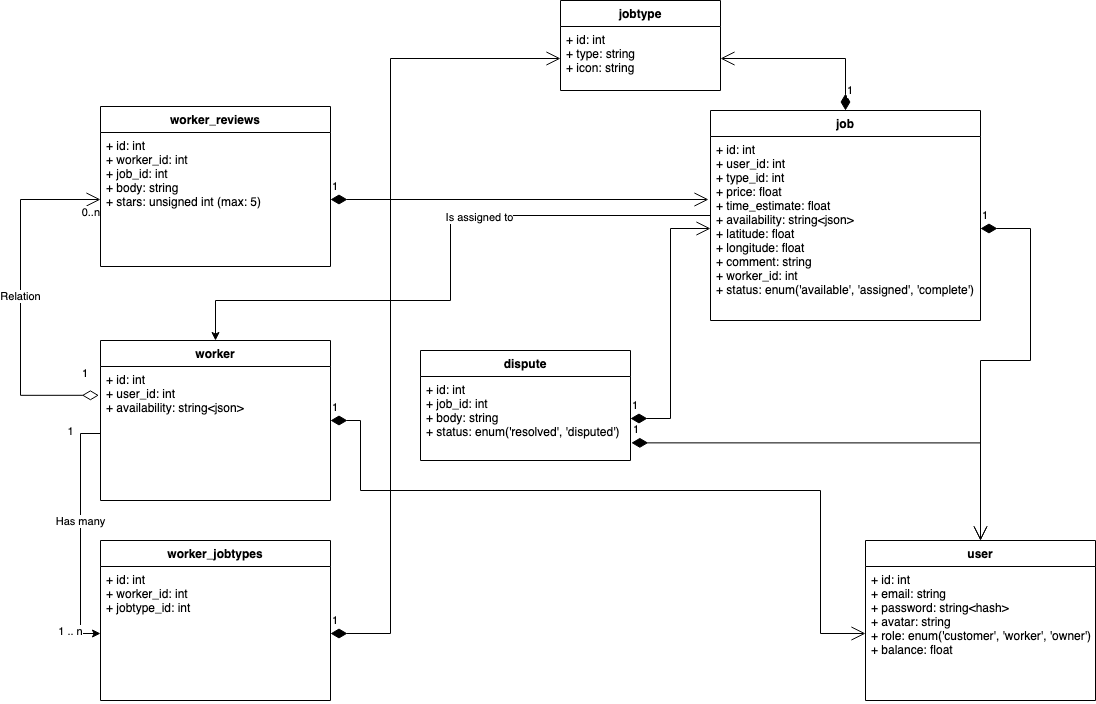
The draw.io diagram Docs/Images/database-uml-class-diagram.png in Simponic/JobFindr, before a commit. Source tidied: cells renumbered, new cells last; positions are measured from the earlier drawing's top-left corner, leaving out a move shared by most shapes.
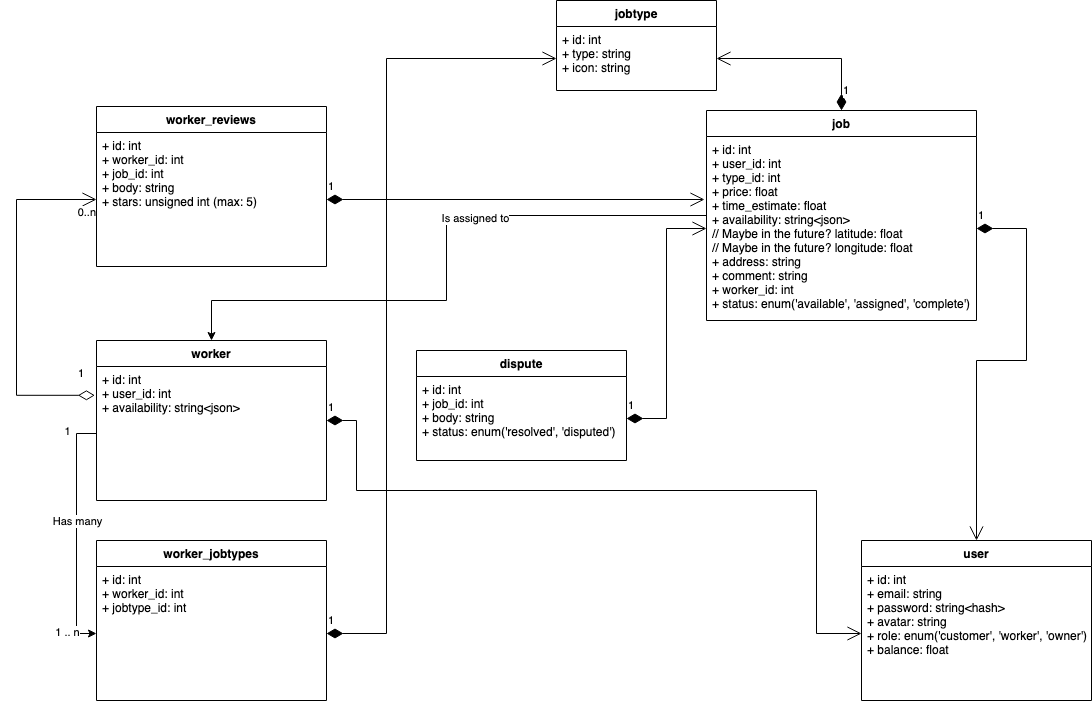
After the change.

Change to the diagram source:
```diff
@@ -29,7 +29,7 @@
     <mxCell id="8" value="job" style="swimlane;fontStyle=1;align=center;verticalAlign=top;horizontal=1;startSize=26;" parent="1" vertex="1">
       <mxGeometry x="690" y="110" width="270" height="210" as="geometry" />
     </mxCell>
-    <mxCell id="9" value="+ id: int&#10;+ user_id: int&#10;+ type_id: int&#10;+ price: float&#10;+ time_estimate: float&#10;+ availability: string&lt;json&gt;&#10;+ latitude: float&#10;+ longitude: float&#10;+ comment: string&#10;+ worker_id: int&#10;+ status: enum('available', 'assigned', 'complete')&#10;" style="text;strokeColor=none;fillColor=none;align=left;verticalAlign=top;spacingLeft=4;spacingRight=4;overflow=hidden;points=[[0,0.5],[1,0.5]];portConstraint=eastwest;" parent="8" vertex="1">
+    <mxCell id="9" value="+ id: int&#10;+ user_id: int&#10;+ type_id: int&#10;+ price: float&#10;+ time_estimate: float&#10;+ availability: string&lt;json&gt;&#10;// Maybe in the future? latitude: float&#10;// Maybe in the future? longitude: float&#10;+ address: string&#10;+ comment: string&#10;+ worker_id: int&#10;+ status: enum('available', 'assigned', 'complete')&#10;" style="text;strokeColor=none;fillColor=none;align=left;verticalAlign=top;spacingLeft=4;spacingRight=4;overflow=hidden;points=[[0,0.5],[1,0.5]];portConstraint=eastwest;fontStyle=0;" parent="8" vertex="1">
       <mxGeometry y="26" width="270" height="184" as="geometry" />
     </mxCell>
     <mxCell id="10" style="endArrow=none;html=1;rounded=0;exitX=1;exitY=0.5;exitDx=0;exitDy=0;entryX=0;entryY=0.5;entryDx=0;entryDy=0;startArrow=none;" parent="1" edge="1" target="9">
@@ -69,13 +69,6 @@
     <mxCell id="20" value="1" style="endArrow=open;html=1;endSize=12;startArrow=diamondThin;startSize=14;startFill=1;edgeStyle=orthogonalEdgeStyle;align=left;verticalAlign=bottom;rounded=0;exitX=1;exitY=0.5;exitDx=0;exitDy=0;entryX=0;entryY=0.5;entryDx=0;entryDy=0;" parent="1" edge="1" source="19" target="9">
       <mxGeometry x="-1" y="3" relative="1" as="geometry" />
     </mxCell>
-    <mxCell id="21" value="1" style="endArrow=open;html=1;endSize=12;startArrow=diamondThin;startSize=14;startFill=1;edgeStyle=orthogonalEdgeStyle;align=left;verticalAlign=bottom;rounded=0;exitX=1.004;exitY=0.79;exitDx=0;exitDy=0;entryX=0.5;entryY=0;entryDx=0;entryDy=0;exitPerimeter=0;" parent="1" edge="1" source="19" target="4">
-      <mxGeometry x="-1" y="3" relative="1" as="geometry">
-        <Array as="points">
-          <mxPoint x="960" y="442" />
-        </Array>
-      </mxGeometry>
-    </mxCell>
     <mxCell id="22" value="1" style="endArrow=open;html=1;endSize=12;startArrow=diamondThin;startSize=14;startFill=1;edgeStyle=orthogonalEdgeStyle;align=left;verticalAlign=bottom;rounded=0;exitX=0.5;exitY=0;exitDx=0;exitDy=0;entryX=1;entryY=0.5;entryDx=0;entryDy=0;" parent="1" edge="1" source="8" target="3">
       <mxGeometry x="-0.89" relative="1" as="geometry">
         <Array as="points">
@@ -119,7 +112,7 @@
         <mxPoint x="-9" y="-15" as="offset" />
       </mxGeometry>
     </mxCell>
-    <mxCell id="29" value="Relation" style="endArrow=open;html=1;endSize=12;startArrow=diamondThin;startSize=14;startFill=0;edgeStyle=orthogonalEdgeStyle;rounded=0;entryX=0;entryY=0.5;entryDx=0;entryDy=0;exitX=-0.007;exitY=0.215;exitDx=0;exitDy=0;exitPerimeter=0;" parent="1" edge="1" source="13" target="17">
+    <mxCell id="29" style="endArrow=open;html=1;endSize=12;startArrow=diamondThin;startSize=14;startFill=0;edgeStyle=orthogonalEdgeStyle;rounded=0;entryX=0;entryY=0.5;entryDx=0;entryDy=0;exitX=-0.007;exitY=0.215;exitDx=0;exitDy=0;exitPerimeter=0;" parent="1" edge="1" source="13" target="17">
       <mxGeometry relative="1" as="geometry">
         <Array as="points">
           <mxPoint y="395" />
```
